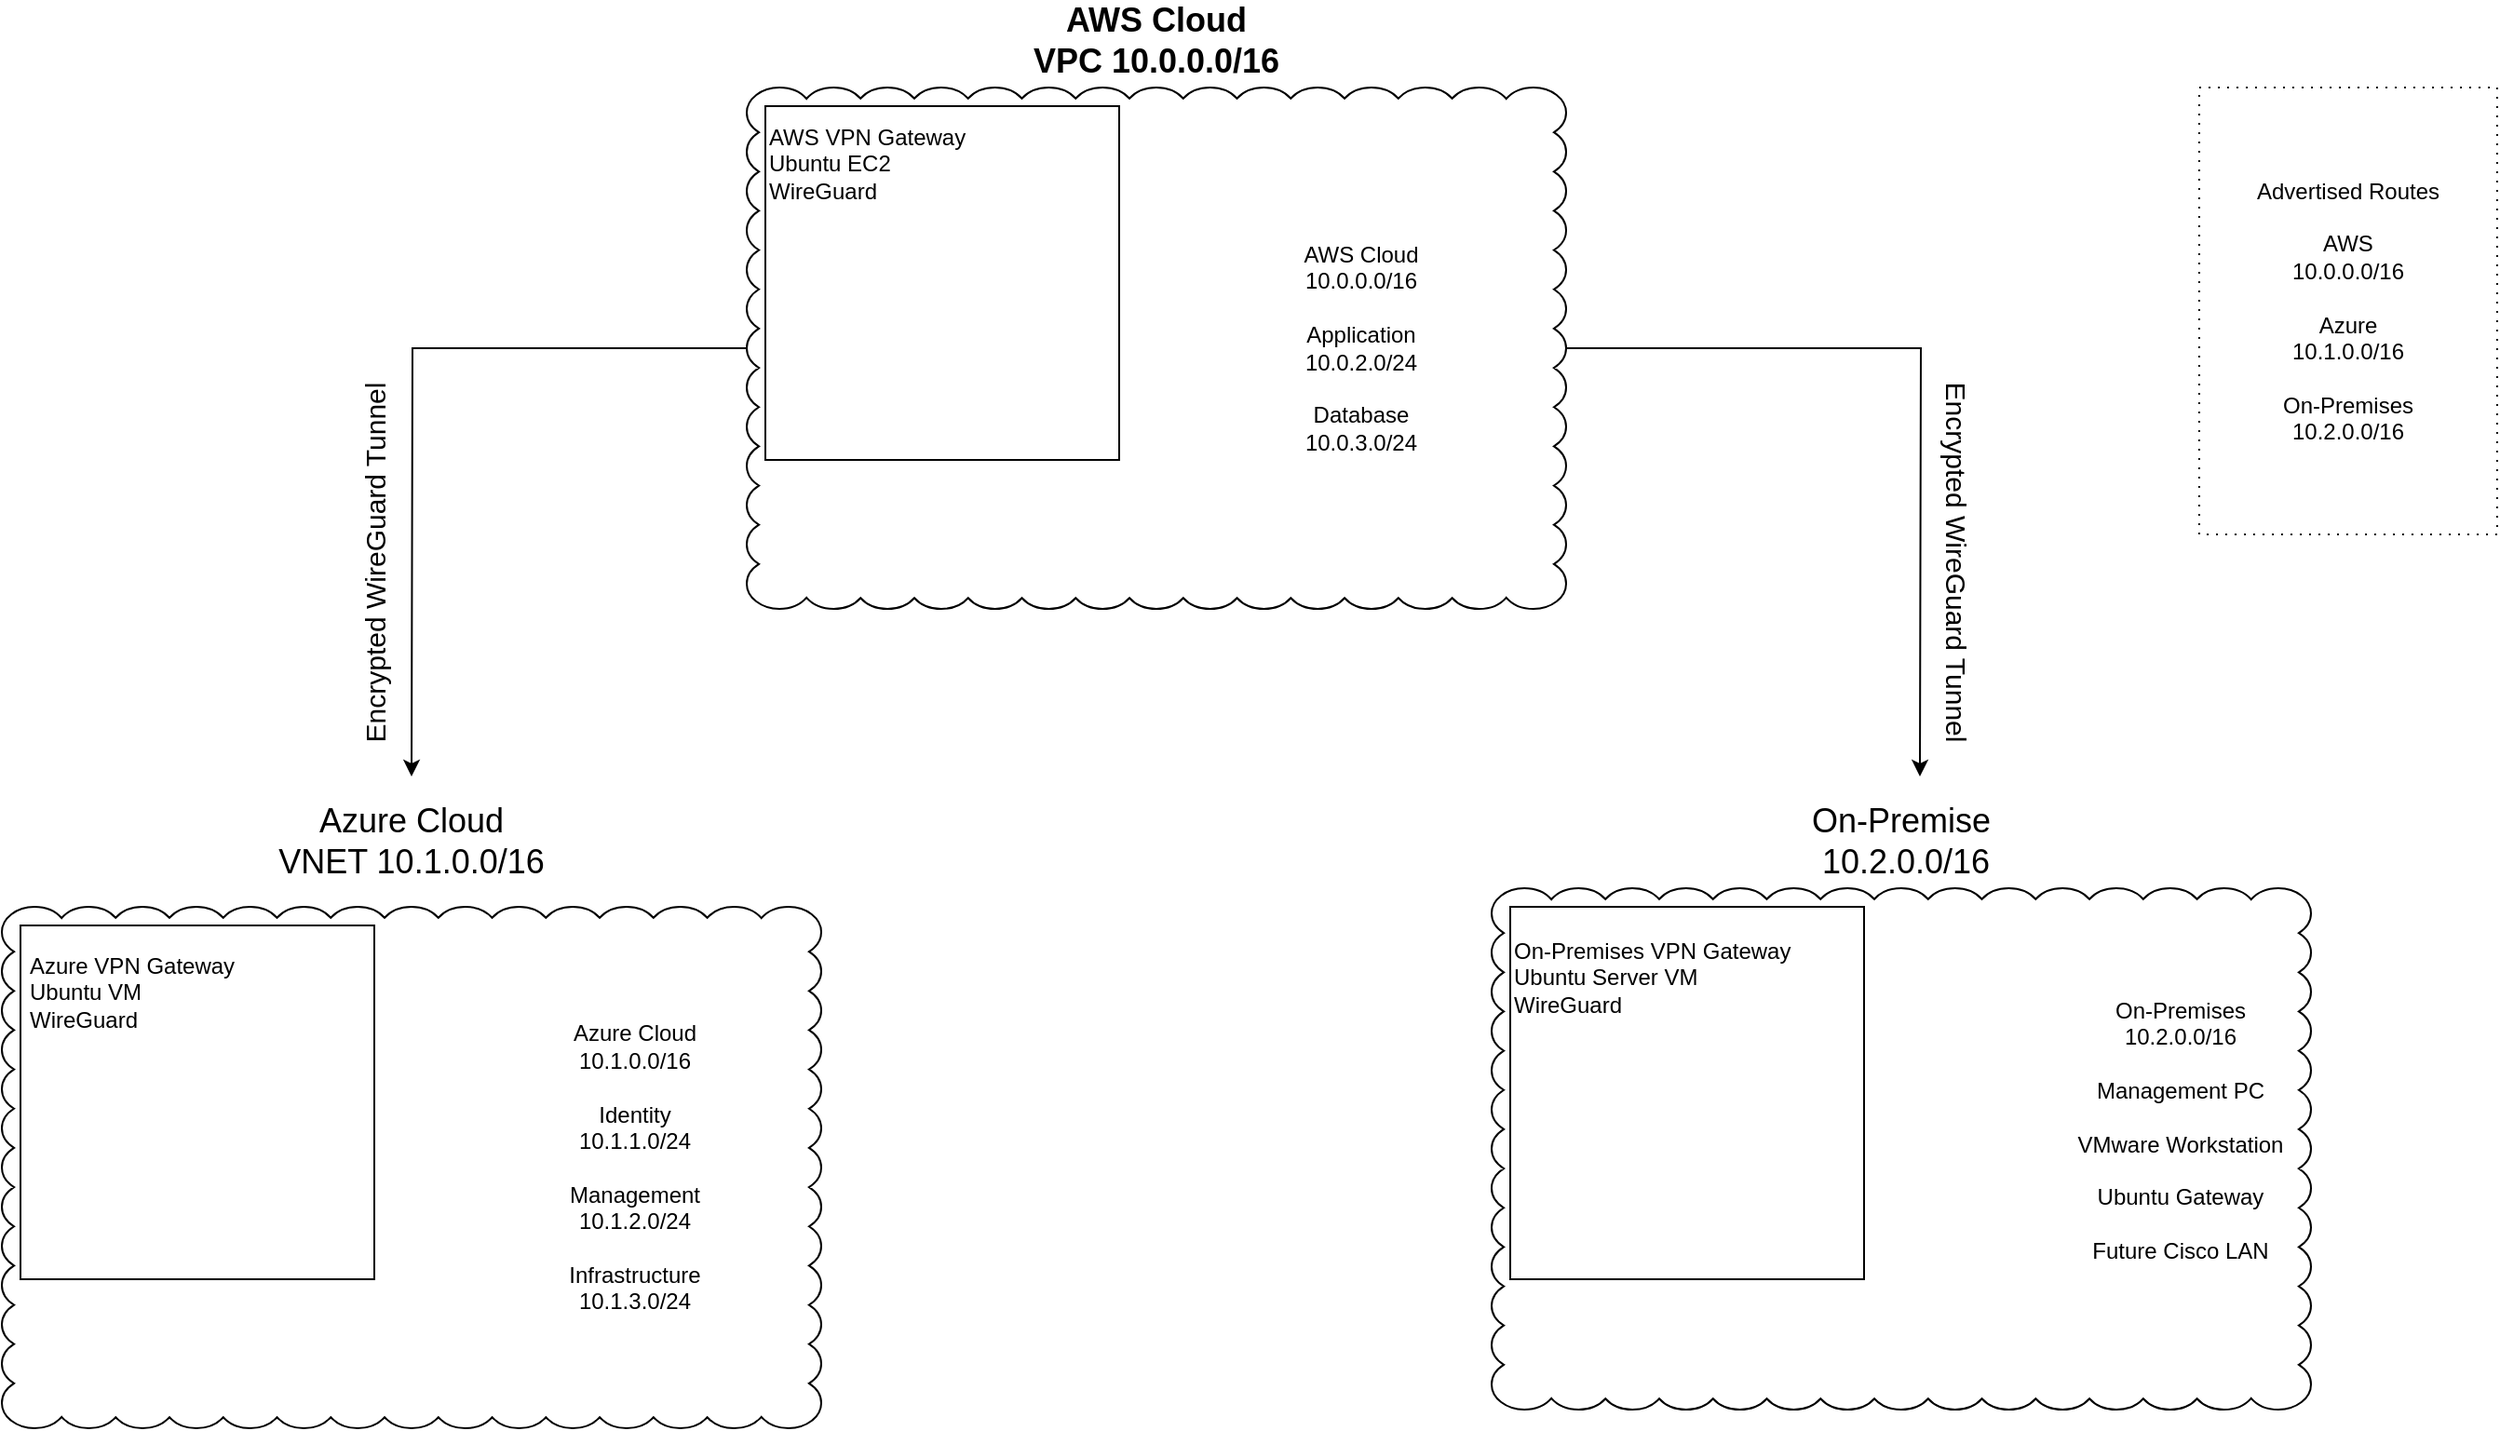
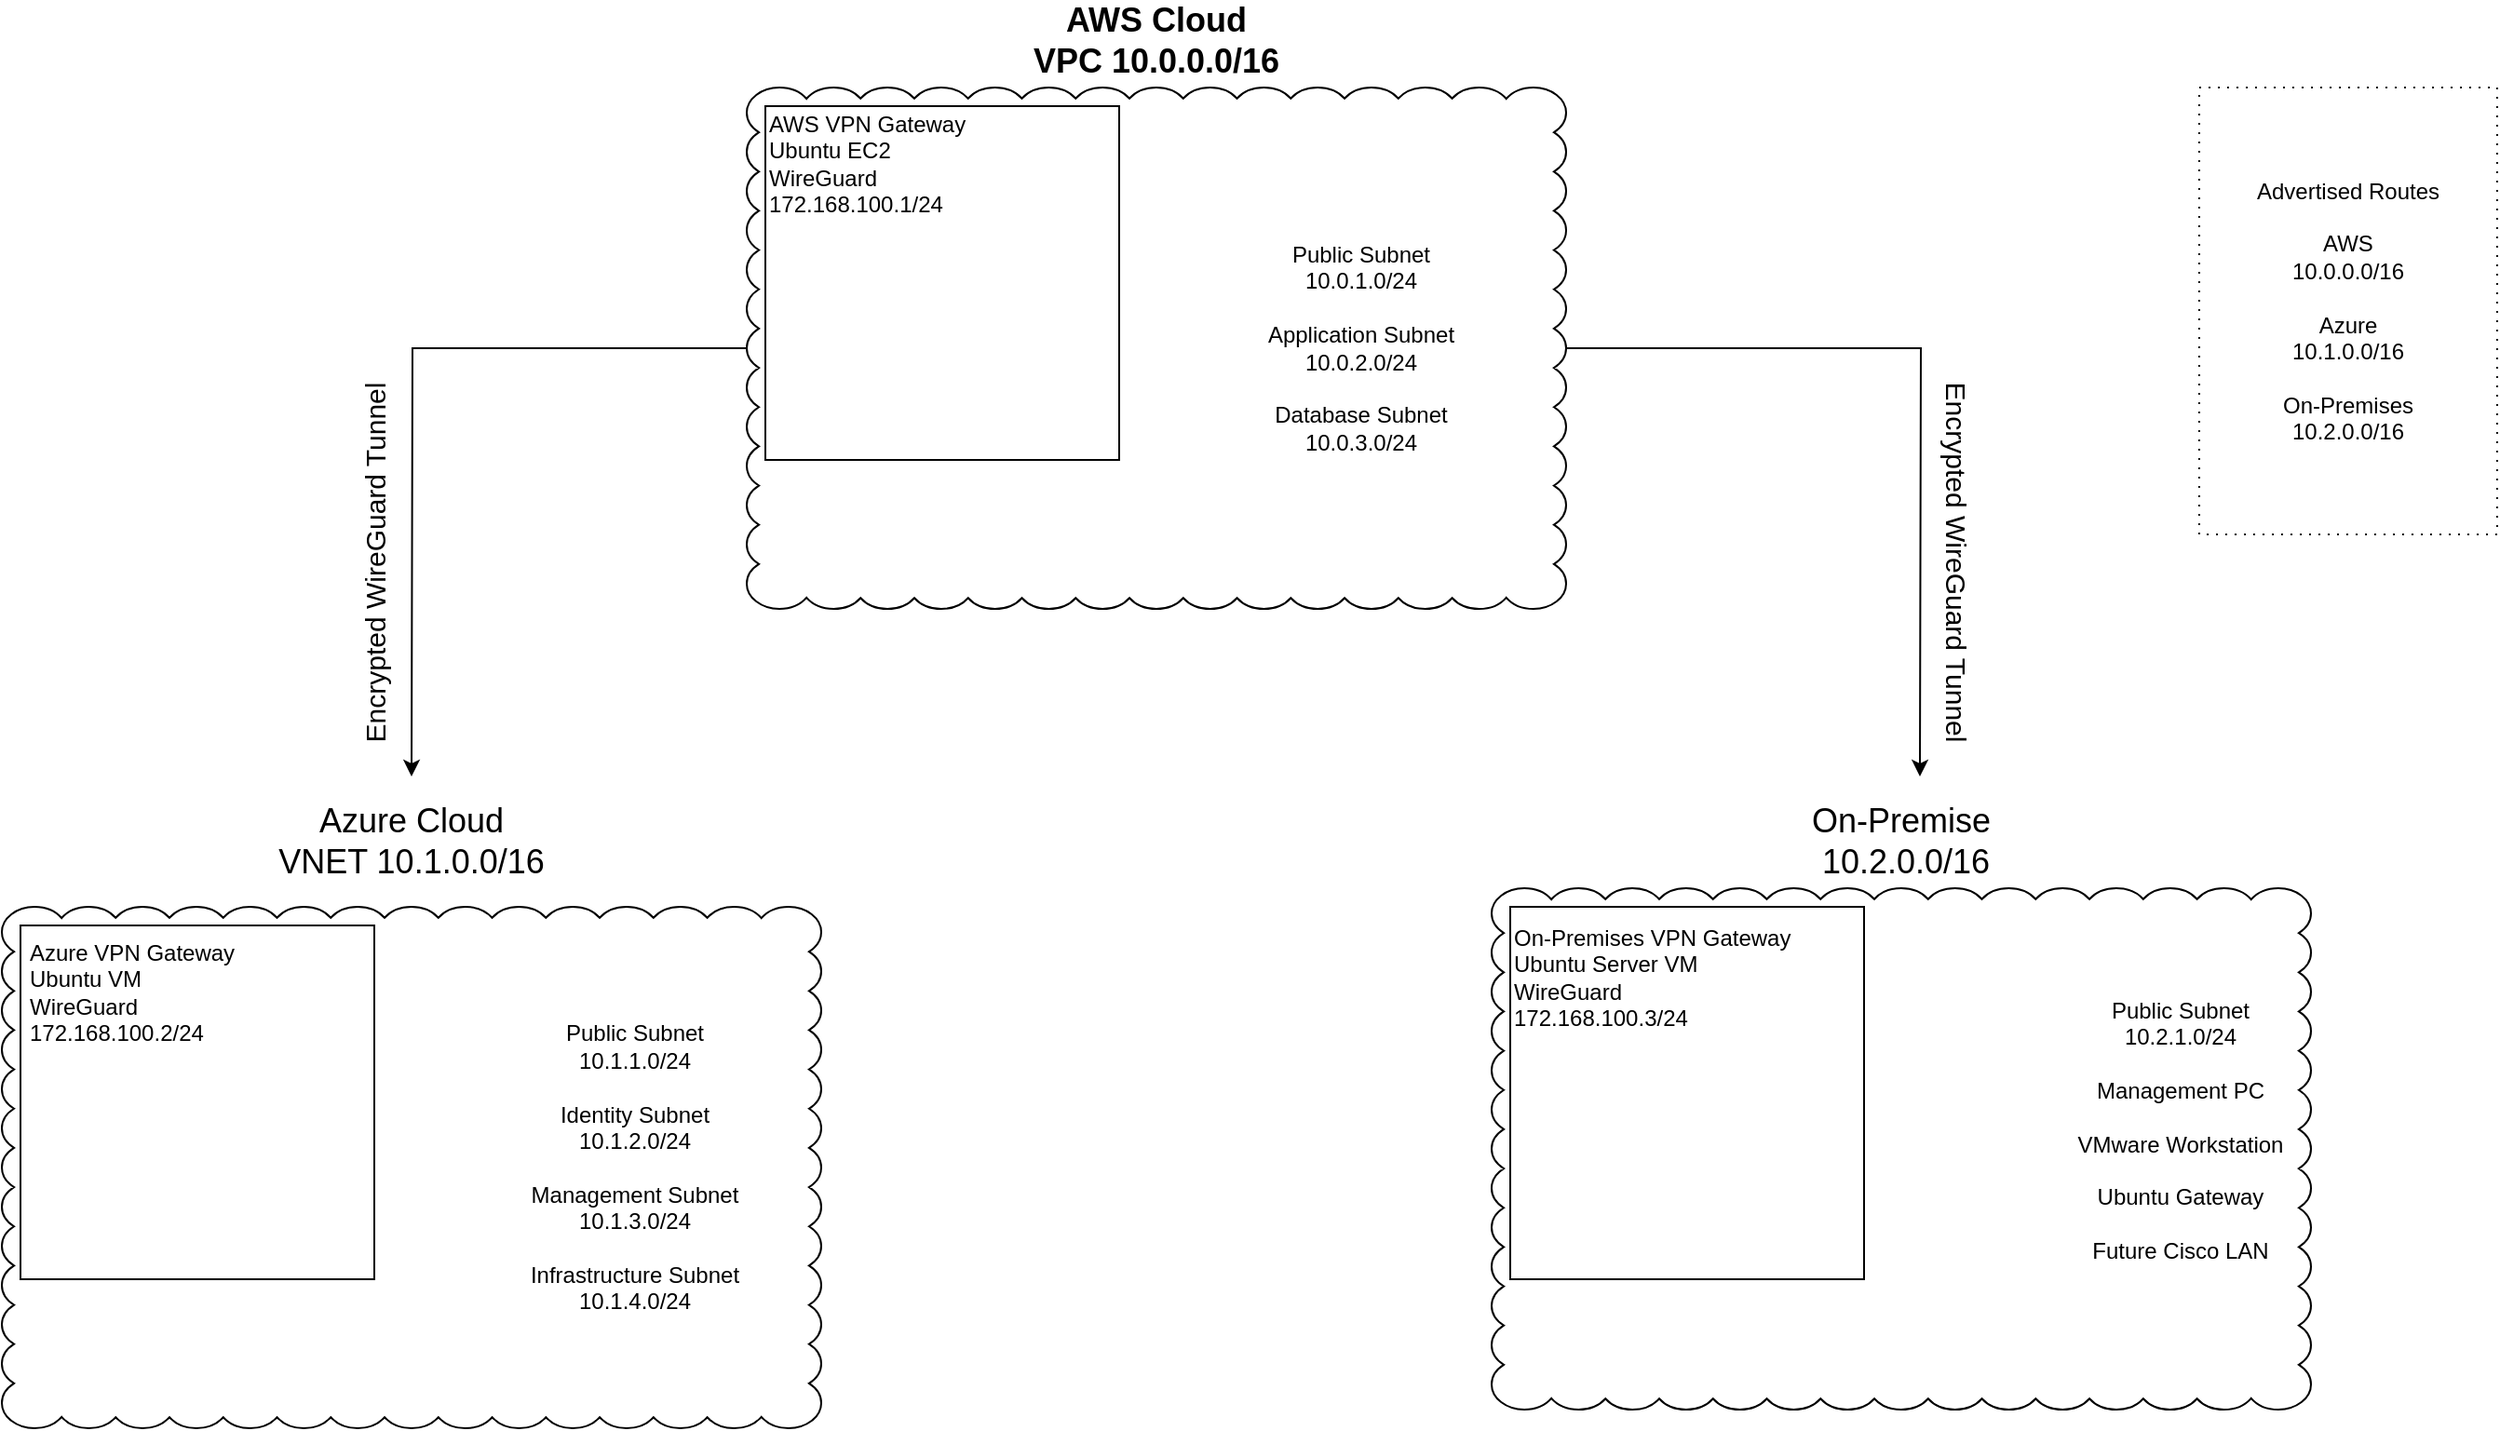
<mxfile host="Electron">
  <diagram name="Page-1" id="QNb99Z5VNnpAwm8Hrf0m">
-     <mxGraphModel dx="1653" dy="1148" grid="0" gridSize="10" guides="1" tooltips="1" connect="1" arrows="1" fold="1" page="0" pageScale="1" pageWidth="850" pageHeight="1100" math="0" shadow="0">
+     <mxGraphModel dx="1910" dy="1148" grid="0" gridSize="10" guides="1" tooltips="1" connect="1" arrows="1" fold="1" page="0" pageScale="1" pageWidth="850" pageHeight="1100" math="0" shadow="0">
      <root>
        <mxCell id="0" />
        <mxCell id="1" parent="0" />
        <mxCell id="WFm0XklsdcSGEl18TI9q-15" edge="1" parent="1" source="WFm0XklsdcSGEl18TI9q-1" style="edgeStyle=orthogonalEdgeStyle;rounded=0;orthogonalLoop=1;jettySize=auto;html=1;" value="">
          <mxGeometry relative="1" as="geometry">
            <mxPoint x="830" y="409.99999999999955" as="targetPoint" />
          </mxGeometry>
        </mxCell>
        <mxCell id="WFm0XklsdcSGEl18TI9q-17" edge="1" parent="1" source="WFm0XklsdcSGEl18TI9q-1" style="edgeStyle=orthogonalEdgeStyle;rounded=0;orthogonalLoop=1;jettySize=auto;html=1;" value="">
          <mxGeometry relative="1" as="geometry">
            <mxPoint x="20" y="409.99999999999955" as="targetPoint" />
          </mxGeometry>
        </mxCell>
        <mxCell id="WFm0XklsdcSGEl18TI9q-1" parent="1" style="whiteSpace=wrap;html=1;shape=mxgraph.basic.cloud_rect;fillColor=none;" value="" vertex="1">
          <mxGeometry height="280" width="440" x="200" y="40" as="geometry" />
        </mxCell>
        <mxCell id="WFm0XklsdcSGEl18TI9q-2" parent="1" style="whiteSpace=wrap;html=1;shape=mxgraph.basic.cloud_rect;fillColor=none;" value="" vertex="1">
          <mxGeometry height="280" width="440" x="-200" y="480" as="geometry" />
        </mxCell>
        <mxCell id="WFm0XklsdcSGEl18TI9q-3" parent="1" style="whiteSpace=wrap;html=1;shape=mxgraph.basic.cloud_rect;fillColor=none;" value="" vertex="1">
          <mxGeometry height="280" width="440" x="600" y="470" as="geometry" />
        </mxCell>
        <mxCell id="WFm0XklsdcSGEl18TI9q-4" parent="1" style="text;html=1;whiteSpace=wrap;strokeColor=none;fillColor=none;align=center;verticalAlign=middle;rounded=0;fontStyle=1" value="&lt;font style=&quot;font-size: 18px;&quot;&gt;AWS Cloud&lt;/font&gt;&lt;div&gt;&lt;font style=&quot;font-size: 18px;&quot;&gt;VPC 10.0.0.0/16&lt;/font&gt;&lt;/div&gt;" vertex="1">
          <mxGeometry height="30" width="300" x="270" as="geometry" />
        </mxCell>
        <mxCell id="WFm0XklsdcSGEl18TI9q-5" parent="1" style="text;html=1;whiteSpace=wrap;strokeColor=none;fillColor=none;align=center;verticalAlign=middle;rounded=0;" value="&lt;font style=&quot;font-size: 18px;&quot;&gt;Azure Cloud&lt;/font&gt;&lt;div&gt;&lt;font style=&quot;font-size: 18px;&quot;&gt;VNET 10.1&lt;/font&gt;&lt;span style=&quot;color: rgba(0, 0, 0, 0); font-family: monospace; font-size: 0px; text-align: start; white-space: nowrap; background-color: transparent;&quot;&gt;%3CmxGraphModel%3E%3Croot%3E%3CmxCell%20id%3D%220%22%2F%3E%3CmxCell%20id%3D%221%22%20parent%3D%220%22%2F%3E%3CmxCell%20id%3D%222%22%20parent%3D%221%22%20style%3D%22text%3Bhtml%3D1%3BwhiteSpace%3Dwrap%3BstrokeColor%3Dnone%3BfillColor%3Dnone%3Balign%3Dcenter%3BverticalAlign%3Dmiddle%3Brounded%3D0%3B%22%20value%3D%22%26lt%3Bfont%20style%3D%26quot%3Bfont-size%3A%2018px%3B%26quot%3B%26gt%3BAWS%20Cloud%26lt%3B%2Ffont%26gt%3B%26lt%3Bdiv%26gt%3B%26lt%3Bfont%20style%3D%26quot%3Bfont-size%3A%2018px%3B%26quot%3B%26gt%3BVPC%2010.0.0.0%2F16%26lt%3B%2Ffont%26gt%3B%26lt%3B%2Fdiv%26gt%3B%22%20vertex%3D%221%22%3E%3CmxGeometry%20height%3D%2230%22%20width%3D%22300%22%20x%3D%22270%22%20as%3D%22geometry%22%2F%3E%3C%2FmxCell%3E%3C%2Froot%3E%3C%2FmxGraphModel%3E&lt;/span&gt;&lt;span style=&quot;font-size: 18px; background-color: transparent; color: light-dark(rgb(0, 0, 0), rgb(255, 255, 255));&quot;&gt;.0.0/16&lt;/span&gt;&lt;/div&gt;" vertex="1">
          <mxGeometry height="30" width="300" x="-130" y="430" as="geometry" />
        </mxCell>
        <mxCell id="WFm0XklsdcSGEl18TI9q-6" parent="1" style="text;html=1;whiteSpace=wrap;strokeColor=none;fillColor=none;align=center;verticalAlign=middle;rounded=0;" value="&lt;span style=&quot;font-size: 18px;&quot;&gt;On-Premise&lt;/span&gt;&lt;br&gt;&lt;div&gt;&lt;font style=&quot;font-size: 18px;&quot;&gt;&amp;nbsp;10.2.0.0/16&lt;/font&gt;&lt;/div&gt;" vertex="1">
          <mxGeometry height="30" width="300" x="670" y="430" as="geometry" />
        </mxCell>
        <mxCell id="WFm0XklsdcSGEl18TI9q-7" parent="1" style="whiteSpace=wrap;html=1;fillColor=none;" value="" vertex="1">
          <mxGeometry height="190" width="190" x="210" y="50" as="geometry" />
        </mxCell>
-         <mxCell id="WFm0XklsdcSGEl18TI9q-8" parent="1" style="text;html=1;whiteSpace=wrap;strokeColor=none;fillColor=none;align=left;verticalAlign=middle;rounded=0;" value="&lt;div&gt;AWS VPN Gateway&lt;/div&gt;&lt;div&gt;Ubuntu EC2&lt;/div&gt;&lt;div&gt;WireGuard&lt;/div&gt;" vertex="1">
+         <mxCell id="WFm0XklsdcSGEl18TI9q-8" parent="1" style="text;html=1;whiteSpace=wrap;strokeColor=none;fillColor=none;align=left;verticalAlign=middle;rounded=0;" value="&lt;div&gt;AWS VPN Gateway&lt;/div&gt;&lt;div&gt;Ubuntu EC2&lt;/div&gt;&lt;div&gt;WireGuard&lt;/div&gt;&lt;div&gt;172.168.100.1/24&lt;/div&gt;" vertex="1">
          <mxGeometry height="58" width="148" x="210" y="52" as="geometry" />
        </mxCell>
        <mxCell id="WFm0XklsdcSGEl18TI9q-10" parent="1" style="whiteSpace=wrap;html=1;fillColor=none;" value="" vertex="1">
          <mxGeometry height="190" width="190" x="-190" y="490" as="geometry" />
        </mxCell>
-         <mxCell id="WFm0XklsdcSGEl18TI9q-11" parent="1" style="text;html=1;whiteSpace=wrap;strokeColor=none;fillColor=none;align=left;verticalAlign=middle;rounded=0;" value="Azure VPN Gateway&lt;div&gt;Ubuntu VM&lt;/div&gt;&lt;div&gt;WireGuard&lt;/div&gt;" vertex="1">
+         <mxCell id="WFm0XklsdcSGEl18TI9q-11" parent="1" style="text;html=1;whiteSpace=wrap;strokeColor=none;fillColor=none;align=left;verticalAlign=middle;rounded=0;" value="Azure VPN Gateway&lt;div&gt;Ubuntu VM&lt;/div&gt;&lt;div&gt;WireGuard&lt;/div&gt;&lt;div&gt;172.168.100.2/24&lt;/div&gt;" vertex="1">
          <mxGeometry height="61" width="138" x="-187" y="495" as="geometry" />
        </mxCell>
        <mxCell id="WFm0XklsdcSGEl18TI9q-12" parent="1" style="whiteSpace=wrap;html=1;fillColor=none;" value="" vertex="1">
          <mxGeometry height="200" width="190" x="610" y="480" as="geometry" />
        </mxCell>
-         <mxCell id="WFm0XklsdcSGEl18TI9q-13" parent="1" style="text;html=1;whiteSpace=wrap;strokeColor=none;fillColor=none;align=left;verticalAlign=middle;rounded=0;" value="On-Premises VPN Gateway&lt;br&gt;&lt;div&gt;Ubuntu Server VM&lt;/div&gt;&lt;div&gt;WireGuard&lt;/div&gt;" vertex="1">
+         <mxCell id="WFm0XklsdcSGEl18TI9q-13" parent="1" style="text;html=1;whiteSpace=wrap;strokeColor=none;fillColor=none;align=left;verticalAlign=middle;rounded=0;" value="On-Premises VPN Gateway&lt;br&gt;&lt;div&gt;Ubuntu Server VM&lt;/div&gt;&lt;div&gt;WireGuard&lt;/div&gt;&lt;div&gt;172.168.100.3/24&lt;/div&gt;" vertex="1">
          <mxGeometry height="65" width="160" x="610" y="485" as="geometry" />
        </mxCell>
        <mxCell id="WFm0XklsdcSGEl18TI9q-18" parent="1" style="text;html=1;whiteSpace=wrap;strokeColor=none;fillColor=none;align=center;verticalAlign=middle;rounded=0;rotation=90;" value="&lt;font style=&quot;font-size: 15px;&quot;&gt;Encrypted WireGuard Tunnel&lt;/font&gt;" vertex="1">
          <mxGeometry height="30" width="240" x="730" y="280" as="geometry" />
        </mxCell>
        <mxCell id="WFm0XklsdcSGEl18TI9q-19" parent="1" style="text;html=1;whiteSpace=wrap;strokeColor=none;fillColor=none;align=center;verticalAlign=middle;rounded=0;rotation=-90;" value="&lt;font style=&quot;font-size: 15px;&quot;&gt;Encrypted WireGuard Tunnel&lt;/font&gt;" vertex="1">
          <mxGeometry height="30" width="240" x="-120" y="280" as="geometry" />
        </mxCell>
        <mxCell id="WFm0XklsdcSGEl18TI9q-20" parent="1" style="text;html=1;whiteSpace=wrap;strokeColor=none;fillColor=none;align=center;verticalAlign=middle;rounded=0;" value="&lt;div&gt;Advertised Routes&lt;/div&gt;&lt;div&gt;&lt;br&gt;&lt;/div&gt;&lt;div&gt;AWS&lt;/div&gt;&lt;div&gt;10.0.0.0/16&lt;/div&gt;&lt;div&gt;&lt;br&gt;&lt;/div&gt;&lt;div&gt;Azure&lt;/div&gt;&lt;div&gt;10.1.0.0/16&lt;/div&gt;&lt;div&gt;&lt;br&gt;&lt;/div&gt;&lt;div&gt;On-Premises&lt;/div&gt;&lt;div&gt;10.2.0.0/16&lt;/div&gt;" vertex="1">
          <mxGeometry height="180" width="160" x="980" y="70" as="geometry" />
        </mxCell>
        <mxCell id="WFm0XklsdcSGEl18TI9q-21" parent="1" style="whiteSpace=wrap;html=1;fillColor=none;dashed=1;dashPattern=1 4;" value="" vertex="1">
          <mxGeometry height="240" width="160" x="980" y="40" as="geometry" />
        </mxCell>
-         <mxCell id="WFm0XklsdcSGEl18TI9q-22" parent="1" style="text;html=1;whiteSpace=wrap;strokeColor=none;fillColor=none;align=center;verticalAlign=middle;rounded=0;" value="&lt;div&gt;AWS Cloud&lt;/div&gt;&lt;div&gt;10.0.0.0/16&lt;/div&gt;&lt;div&gt;&lt;br&gt;&lt;/div&gt;&lt;div&gt;Application&lt;/div&gt;&lt;div&gt;10.0.2.0/24&lt;/div&gt;&lt;div&gt;&lt;br&gt;&lt;/div&gt;&lt;div&gt;Database&lt;/div&gt;&lt;div&gt;10.0.3.0/24&lt;/div&gt;" vertex="1">
+         <mxCell id="WFm0XklsdcSGEl18TI9q-22" parent="1" style="text;html=1;whiteSpace=wrap;strokeColor=none;fillColor=none;align=center;verticalAlign=middle;rounded=0;" value="&lt;div&gt;Public Subnet&lt;/div&gt;&lt;div&gt;10.0.1.0/24&lt;/div&gt;&lt;div&gt;&lt;br&gt;&lt;/div&gt;&lt;div&gt;Application Subnet&lt;/div&gt;&lt;div&gt;10.0.2.0/24&lt;/div&gt;&lt;div&gt;&lt;br&gt;&lt;/div&gt;&lt;div&gt;Database Subnet&lt;/div&gt;&lt;div&gt;10.0.3.0/24&lt;/div&gt;" vertex="1">
          <mxGeometry height="200" width="120" x="470" y="80" as="geometry" />
        </mxCell>
-         <mxCell id="WFm0XklsdcSGEl18TI9q-24" parent="1" style="text;html=1;whiteSpace=wrap;strokeColor=none;fillColor=none;align=center;verticalAlign=middle;rounded=0;" value="&lt;div&gt;Azure Cloud&lt;/div&gt;&lt;div&gt;10.1.0.0/16&lt;/div&gt;&lt;div&gt;&lt;br&gt;&lt;/div&gt;&lt;div&gt;Identity&lt;/div&gt;&lt;div&gt;10.1.1.0/24&lt;/div&gt;&lt;div&gt;&lt;br&gt;&lt;/div&gt;&lt;div&gt;Management&lt;/div&gt;&lt;div&gt;10.1.2.0/24&lt;/div&gt;&lt;div&gt;&lt;br&gt;&lt;/div&gt;&lt;div&gt;Infrastructure&lt;/div&gt;&lt;div&gt;10.1.3.0/24&lt;/div&gt;" vertex="1">
+         <mxCell id="WFm0XklsdcSGEl18TI9q-24" parent="1" style="text;html=1;whiteSpace=wrap;strokeColor=none;fillColor=none;align=center;verticalAlign=middle;rounded=0;" value="&lt;div&gt;Public Subnet&lt;/div&gt;&lt;div&gt;10.1.1.0/24&lt;/div&gt;&lt;div&gt;&lt;br&gt;&lt;/div&gt;&lt;div&gt;Identity Subnet&lt;/div&gt;&lt;div&gt;10.1.2.0/24&lt;/div&gt;&lt;div&gt;&lt;br&gt;&lt;/div&gt;&lt;div&gt;Management Subnet&lt;/div&gt;&lt;div&gt;10.1.3.0/24&lt;/div&gt;&lt;div&gt;&lt;br&gt;&lt;/div&gt;&lt;div&gt;Infrastructure Subnet&lt;/div&gt;&lt;div&gt;10.1.4.0/24&lt;/div&gt;" vertex="1">
          <mxGeometry height="200" width="120" x="80" y="520" as="geometry" />
        </mxCell>
-         <mxCell id="WFm0XklsdcSGEl18TI9q-25" parent="1" style="text;html=1;whiteSpace=wrap;strokeColor=none;fillColor=none;align=center;verticalAlign=middle;rounded=0;" value="&lt;div&gt;On-Premises&lt;/div&gt;&lt;div&gt;10.2.0.0/16&lt;/div&gt;&lt;div&gt;&lt;br&gt;&lt;/div&gt;&lt;div&gt;Management PC&lt;/div&gt;&lt;div&gt;&lt;br&gt;&lt;/div&gt;&lt;div&gt;VMware Workstation&lt;/div&gt;&lt;div&gt;&lt;br&gt;&lt;/div&gt;&lt;div&gt;Ubuntu Gateway&lt;/div&gt;&lt;div&gt;&lt;br&gt;&lt;/div&gt;&lt;div&gt;Future Cisco LAN&lt;/div&gt;" vertex="1">
+         <mxCell id="WFm0XklsdcSGEl18TI9q-25" parent="1" style="text;html=1;whiteSpace=wrap;strokeColor=none;fillColor=none;align=center;verticalAlign=middle;rounded=0;" value="&lt;div&gt;Public Subnet&lt;/div&gt;&lt;div&gt;10.2.1.0/24&lt;/div&gt;&lt;div&gt;&lt;br&gt;&lt;/div&gt;&lt;div&gt;Management PC&lt;/div&gt;&lt;div&gt;&lt;br&gt;&lt;/div&gt;&lt;div&gt;VMware Workstation&lt;/div&gt;&lt;div&gt;&lt;br&gt;&lt;/div&gt;&lt;div&gt;Ubuntu Gateway&lt;/div&gt;&lt;div&gt;&lt;br&gt;&lt;/div&gt;&lt;div&gt;Future Cisco LAN&lt;/div&gt;" vertex="1">
          <mxGeometry height="200" width="120" x="910" y="500" as="geometry" />
        </mxCell>
      </root>
    </mxGraphModel>
  </diagram>
</mxfile>
